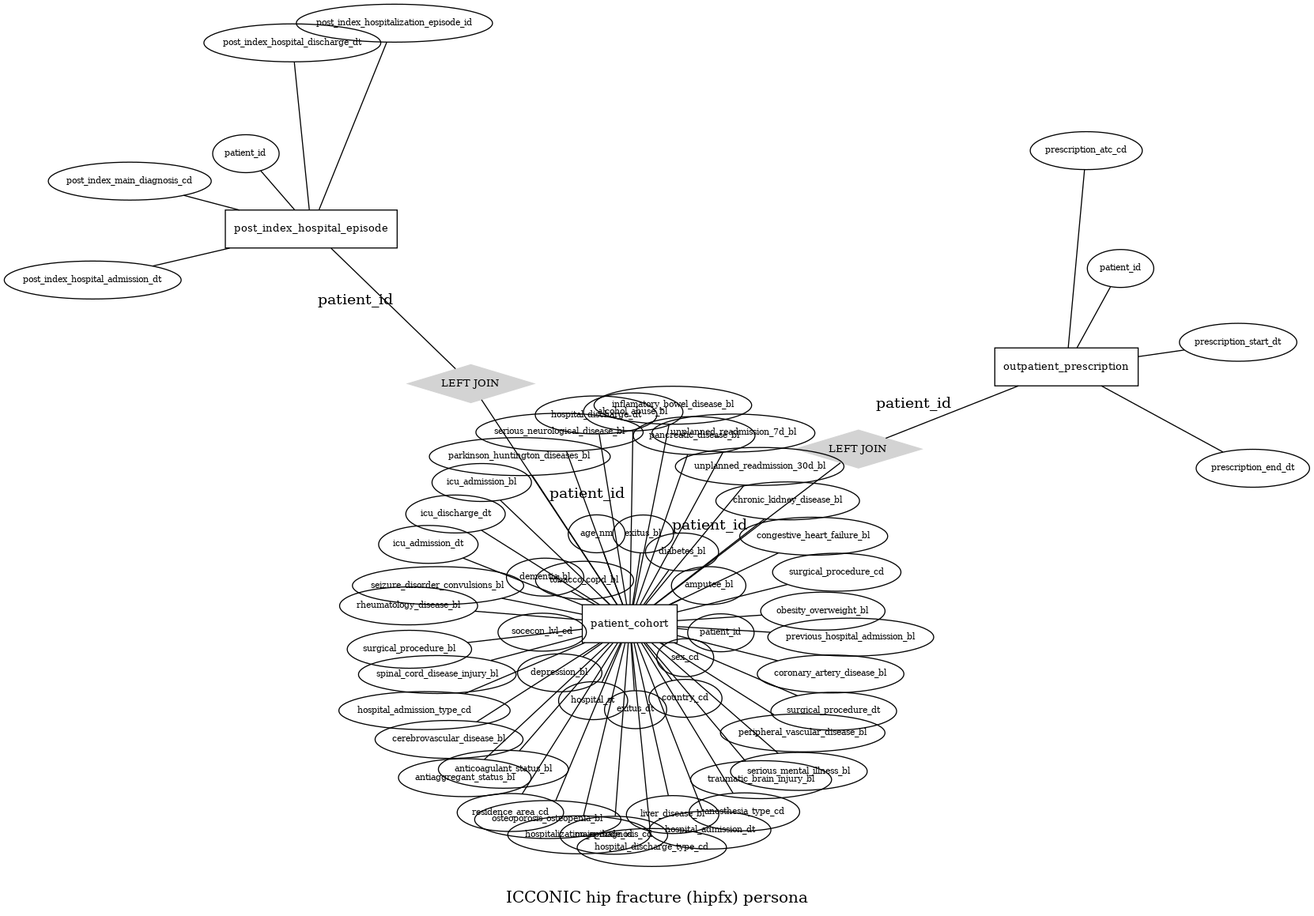
Above: docs/CDM/ER.gv.png in cienciadedatosysalud/ICCONIC-HIPFX (Graphviz), before the change. Its source is kept beside it as docs/CDM/ER.gv.
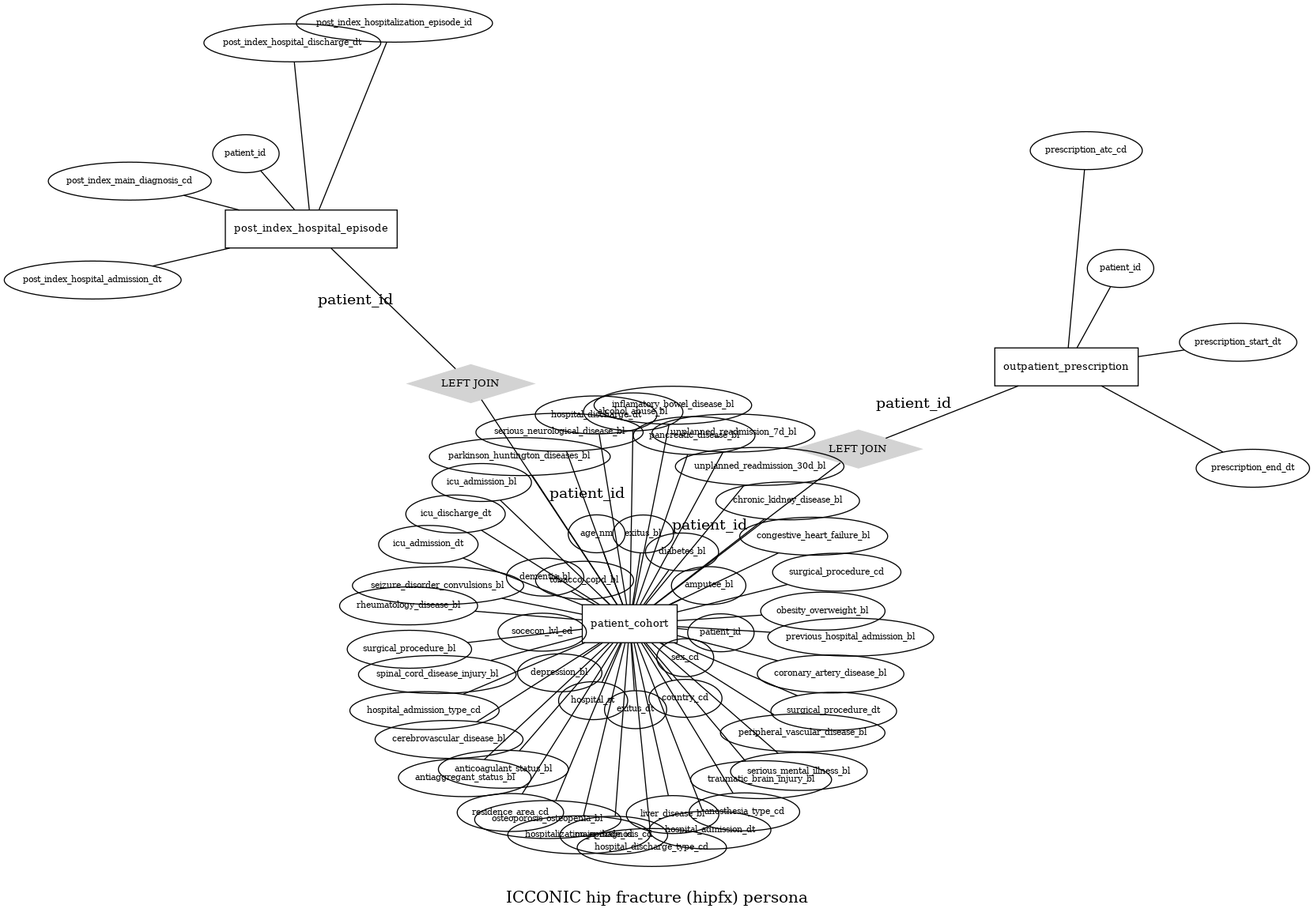
The same diagram one commit later.

Change to the diagram source:
```diff
@@ -100,8 +100,8 @@
 	patient_cohort_amputee_bl -- patient_cohort [len=1.5]
 	patient_cohort_previous_hospital_admission_bl [label=previous_hospital_admission_bl fontsize="8pt"]
 	patient_cohort_previous_hospital_admission_bl -- patient_cohort [len=2.1]
-	"patient_cohort_hospital_admission_type_cd	" [label="hospital_admission_type_cd	" fontsize="8pt"]
-	"patient_cohort_hospital_admission_type_cd	" -- patient_cohort [len=2.1]
+	patient_cohort_hospital_admission_type_cd [label=hospital_admission_type_cd fontsize="8pt"]
+	patient_cohort_hospital_admission_type_cd -- patient_cohort [len=2.1]
 	node [shape=box]
 	outpatient_prescription [fontsize="10pt"]
 	node [shape=ellipse]
```
